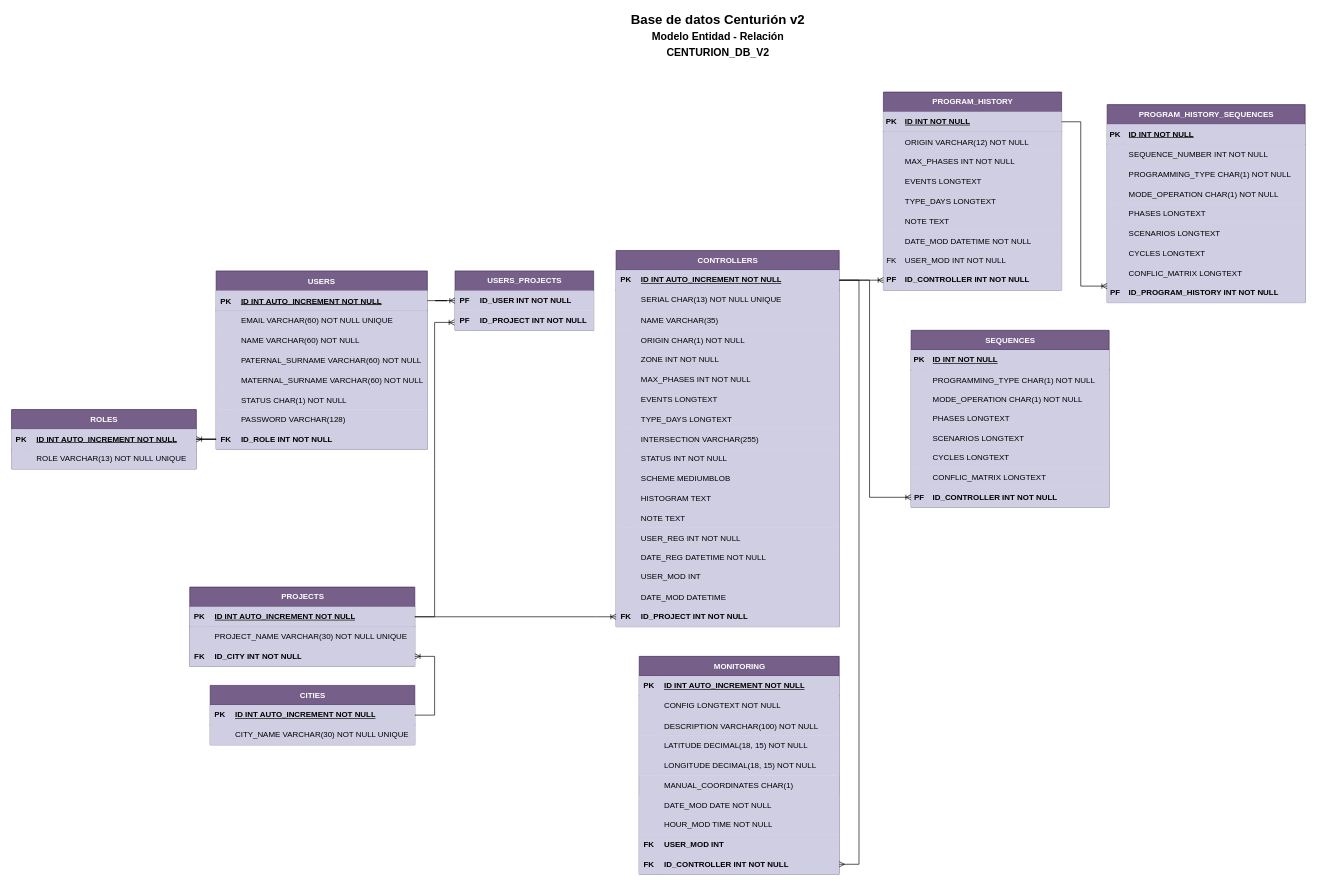
Earlier version of the draw.io diagram page "ERD-CEN-V2" (2 of 4) of BD-CENTURION.drawio (ChirinosM/Prueba). Source tidied: cells renumbered, new cells numbered last; positions are measured from the earlier drawing's top-left corner, leaving out a move shared by most shapes. Both pictures are drawn from the tidied source at 66%, with x=0, y=0 at pixel (11, 12).
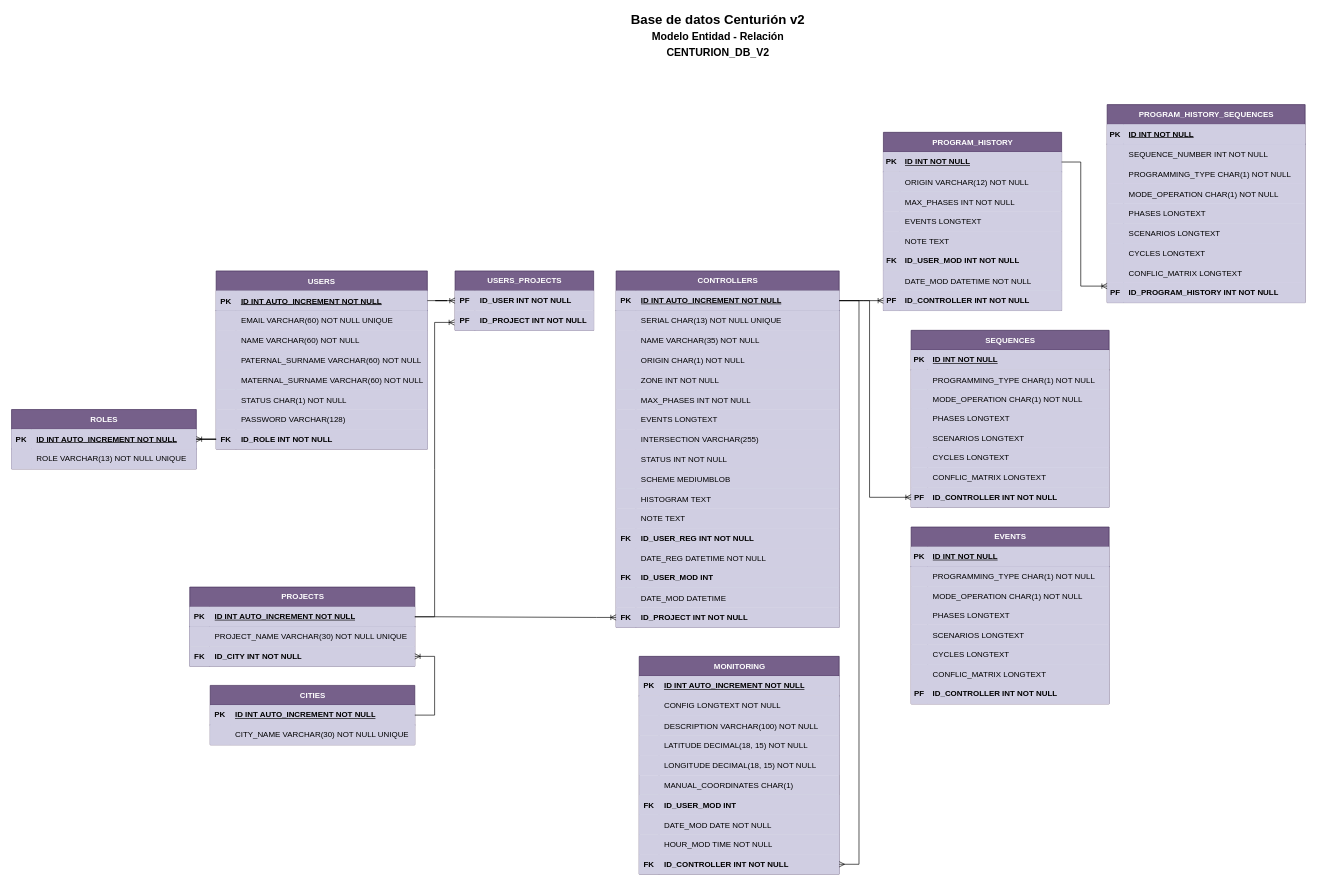
After the change.

Unchanged cells that the change refers to:
```xml
<mxCell id="20" style="shape=tableRow;horizontal=0;startSize=0;swimlaneHead=0;swimlaneBody=0;fillColor=#D0CEE2;points=[[0,0.5],[1,0.5]];portConstraint=eastwest;top=0;left=0;right=0;bottom=1;strokeColor=#56517e;rounded=0;" parent="19" vertex="1">
  <mxGeometry y="30" width="338" height="30" as="geometry" />
</mxCell>
<mxCell id="26" style="shape=tableRow;horizontal=0;startSize=0;swimlaneHead=0;swimlaneBody=0;fillColor=#D0CEE2;top=0;left=0;right=0;bottom=0;strokeColor=#56517e;" parent="19" vertex="1">
  <mxGeometry y="90" width="338" height="30" as="geometry" />
</mxCell>
<mxCell id="82" style="shape=tableRow;horizontal=0;startSize=0;swimlaneHead=0;swimlaneBody=0;fillColor=#d0cee2;points=[[0,0.5],[1,0.5]];portConstraint=eastwest;top=0;left=0;right=0;bottom=1;strokeColor=#56517e;rounded=0;" parent="81" vertex="1">
  <mxGeometry y="30" width="270" height="30" as="geometry" />
</mxCell>
<mxCell id="147" value="MONITORING" style="shape=table;startSize=30;childLayout=tableLayout;rowLines=0;fontStyle=1;align=center;html=1;fillColor=#76608a;strokeColor=#432D57;fontColor=#ffffff;rounded=0;" parent="1" vertex="1">
  <mxGeometry x="951" y="976" width="303" height="330" as="geometry" />
</mxCell>
<mxCell id="202" style="shape=tableRow;horizontal=0;startSize=0;swimlaneHead=0;swimlaneBody=0;fillColor=#d0cee2;points=[[0,0.5],[1,0.5]];portConstraint=eastwest;top=0;left=0;right=0;bottom=0;strokeColor=#56517e;rounded=0;" parent="180" vertex="1">
  <mxGeometry y="238" width="300" height="30" as="geometry" />
</mxCell>
<mxCell id="231" style="shape=tableRow;horizontal=0;startSize=0;swimlaneHead=0;swimlaneBody=0;fillColor=#d0cee2;points=[[0,0.5],[1,0.5]];portConstraint=eastwest;top=0;left=0;right=0;bottom=0;strokeColor=#56517e;rounded=0;" parent="206" vertex="1">
  <mxGeometry y="270" width="300" height="30" as="geometry" />
</mxCell>
```

Change to the diagram source:
```diff
@@
     <mxCell id="19" value="CONTROLLERS" style="shape=table;startSize=30;childLayout=tableLayout;rowLines=0;fontStyle=1;align=center;html=1;fillColor=#76608a;strokeColor=#432D57;fontColor=#ffffff;rounded=0;" parent="1" vertex="1">
-      <mxGeometry x="916" y="361" width="338" height="570" as="geometry" />
+      <mxGeometry x="916" y="392" width="338" height="540" as="geometry" />
     </mxCell>
@@
-    <mxCell id="28" value="NAME VARCHAR(35)" style="shape=partialRectangle;fillColor=#D0CEE2;top=0;left=0;bottom=0;right=0;align=left;spacingLeft=6;overflow=hidden;strokeColor=#56517e;" parent="26" vertex="1">
+    <mxCell id="28" value="NAME VARCHAR(35) NOT NULL" style="shape=partialRectangle;fillColor=#D0CEE2;top=0;left=0;bottom=0;right=0;align=left;spacingLeft=6;overflow=hidden;strokeColor=#56517e;" parent="26" vertex="1">
       <mxGeometry x="30" width="308" height="30" as="geometry" />
     </mxCell>
@@
-    <mxCell id="41" style="shape=tableRow;horizontal=0;startSize=0;swimlaneHead=0;swimlaneBody=0;fillColor=#D0CEE2;top=0;left=0;right=0;bottom=0;" parent="19" vertex="1">
-      <mxGeometry y="240" width="338" height="30" as="geometry" />
-    </mxCell>
-    <mxCell id="42" style="shape=partialRectangle;fillColor=#D0CEE2;top=0;left=0;bottom=0;right=0;overflow=hidden;" parent="41" vertex="1">
-      <mxGeometry width="30" height="30" as="geometry" />
-    </mxCell>
-    <mxCell id="43" value="TYPE_DAYS LONGTEXT" style="shape=partialRectangle;fillColor=#D0CEE2;top=0;left=0;bottom=0;right=0;align=left;spacingLeft=6;overflow=hidden;" parent="41" vertex="1">
-      <mxGeometry x="30" width="308" height="30" as="geometry" />
-    </mxCell>
     <mxCell id="44" style="shape=tableRow;horizontal=0;startSize=0;swimlaneHead=0;swimlaneBody=0;fillColor=#D0CEE2;top=0;left=0;right=0;bottom=0;strokeColor=#56517e;" parent="19" vertex="1">
-      <mxGeometry y="270" width="338" height="30" as="geometry" />
+      <mxGeometry y="240" width="338" height="30" as="geometry" />
     </mxCell>
@@
     <mxCell id="47" style="shape=tableRow;horizontal=0;startSize=0;swimlaneHead=0;swimlaneBody=0;fillColor=#D0CEE2;top=0;left=0;right=0;bottom=0;" parent="19" vertex="1">
-      <mxGeometry y="300" width="338" height="30" as="geometry" />
+      <mxGeometry y="270" width="338" height="30" as="geometry" />
     </mxCell>
@@
     <mxCell id="50" style="shape=tableRow;horizontal=0;startSize=0;swimlaneHead=0;swimlaneBody=0;fillColor=#D0CEE2;top=0;left=0;right=0;bottom=0;" parent="19" vertex="1">
-      <mxGeometry y="330" width="338" height="30" as="geometry" />
+      <mxGeometry y="300" width="338" height="30" as="geometry" />
     </mxCell>
@@
     <mxCell id="53" style="shape=tableRow;horizontal=0;startSize=0;swimlaneHead=0;swimlaneBody=0;fillColor=#D0CEE2;top=0;left=0;right=0;bottom=0;" parent="19" vertex="1">
-      <mxGeometry y="360" width="338" height="30" as="geometry" />
+      <mxGeometry y="330" width="338" height="30" as="geometry" />
     </mxCell>
@@
     <mxCell id="56" style="shape=tableRow;horizontal=0;startSize=0;swimlaneHead=0;swimlaneBody=0;fillColor=#D0CEE2;top=0;left=0;right=0;bottom=0;strokeColor=#56517e;" parent="19" vertex="1">
-      <mxGeometry y="390" width="338" height="30" as="geometry" />
+      <mxGeometry y="360" width="338" height="30" as="geometry" />
     </mxCell>
@@
     <mxCell id="59" style="shape=tableRow;horizontal=0;startSize=0;swimlaneHead=0;swimlaneBody=0;fillColor=#D0CEE2;top=0;left=0;right=0;bottom=0;strokeColor=#56517e;rounded=0;" parent="19" vertex="1">
-      <mxGeometry y="420" width="338" height="30" as="geometry" />
+      <mxGeometry y="390" width="338" height="30" as="geometry" />
     </mxCell>
-    <mxCell id="60" style="shape=partialRectangle;fillColor=#D0CEE2;top=0;left=0;bottom=0;right=0;overflow=hidden;strokeColor=#56517e;rounded=0;" parent="59" vertex="1">
+    <mxCell id="60" value="FK" style="shape=partialRectangle;fillColor=#D0CEE2;top=0;left=0;bottom=0;right=0;overflow=hidden;strokeColor=#56517e;rounded=0;fontStyle=1;" parent="59" vertex="1">
       <mxGeometry width="30" height="30" as="geometry" />
     </mxCell>
-    <mxCell id="61" value="USER_REG INT NOT NULL" style="shape=partialRectangle;fillColor=#D0CEE2;top=0;left=0;bottom=0;right=0;align=left;spacingLeft=6;overflow=hidden;strokeColor=#56517e;rounded=0;" parent="59" vertex="1">
+    <mxCell id="61" value="ID_USER_REG INT NOT NULL" style="shape=partialRectangle;fillColor=#D0CEE2;top=0;left=0;bottom=0;right=0;align=left;spacingLeft=6;overflow=hidden;strokeColor=#56517e;rounded=0;fontStyle=1;" parent="59" vertex="1">
       <mxGeometry x="30" width="308" height="30" as="geometry" />
     </mxCell>
     <mxCell id="62" style="shape=tableRow;horizontal=0;startSize=0;swimlaneHead=0;swimlaneBody=0;fillColor=#D0CEE2;top=0;left=0;right=0;bottom=0;strokeColor=#56517e;rounded=0;" parent="19" vertex="1">
-      <mxGeometry y="450" width="338" height="30" as="geometry" />
+      <mxGeometry y="420" width="338" height="30" as="geometry" />
     </mxCell>
@@
     <mxCell id="65" style="shape=tableRow;horizontal=0;startSize=0;swimlaneHead=0;swimlaneBody=0;fillColor=#D0CEE2;top=0;left=0;right=0;bottom=0;strokeColor=#56517e;rounded=0;" parent="19" vertex="1">
-      <mxGeometry y="480" width="338" height="30" as="geometry" />
+      <mxGeometry y="450" width="338" height="30" as="geometry" />
     </mxCell>
-    <mxCell id="66" style="shape=partialRectangle;fillColor=#D0CEE2;top=0;left=0;bottom=0;right=0;fontStyle=0;overflow=hidden;whiteSpace=wrap;html=1;strokeColor=#56517e;rounded=0;" parent="65" vertex="1">
+    <mxCell id="66" value="&lt;b&gt;FK&lt;/b&gt;" style="shape=partialRectangle;fillColor=#D0CEE2;top=0;left=0;bottom=0;right=0;fontStyle=0;overflow=hidden;whiteSpace=wrap;html=1;strokeColor=#56517e;rounded=0;" parent="65" vertex="1">
       <mxGeometry width="30" height="30" as="geometry" />
     </mxCell>
-    <mxCell id="67" value="USER_MOD INT&amp;nbsp;" style="shape=partialRectangle;fillColor=#D0CEE2;top=0;left=0;bottom=0;right=0;align=left;spacingLeft=6;fontStyle=0;overflow=hidden;whiteSpace=wrap;html=1;strokeColor=#56517e;rounded=0;" parent="65" vertex="1">
+    <mxCell id="67" value="&lt;b&gt;ID_USER_MOD INT&amp;nbsp;&lt;/b&gt;" style="shape=partialRectangle;fillColor=#D0CEE2;top=0;left=0;bottom=0;right=0;align=left;spacingLeft=6;fontStyle=0;overflow=hidden;whiteSpace=wrap;html=1;strokeColor=#56517e;rounded=0;" parent="65" vertex="1">
       <mxGeometry x="30" width="308" height="30" as="geometry" />
     </mxCell>
     <mxCell id="68" style="shape=tableRow;horizontal=0;startSize=0;swimlaneHead=0;swimlaneBody=0;fillColor=#D0CEE2;top=0;left=0;right=0;bottom=0;strokeColor=#56517e;rounded=0;" parent="19" vertex="1">
-      <mxGeometry y="510" width="338" height="30" as="geometry" />
+      <mxGeometry y="480" width="338" height="30" as="geometry" />
     </mxCell>
@@
     <mxCell id="71" style="shape=tableRow;horizontal=0;startSize=0;swimlaneHead=0;swimlaneBody=0;fillColor=#D0CEE2;points=[[0,0.5],[1,0.5]];portConstraint=eastwest;top=0;left=0;right=0;bottom=0;strokeColor=#56517e;rounded=0;" parent="19" vertex="1">
-      <mxGeometry y="540" width="338" height="30" as="geometry" />
+      <mxGeometry y="510" width="338" height="30" as="geometry" />
     </mxCell>
@@
     <mxCell id="81" value="PROGRAM_HISTORY" style="shape=table;startSize=30;childLayout=tableLayout;rowLines=0;fontStyle=1;align=center;html=1;fillColor=#76608a;strokeColor=#432D57;fontColor=#ffffff;rounded=0;" parent="1" vertex="1">
-      <mxGeometry x="1321" y="121" width="270" height="300" as="geometry" />
+      <mxGeometry x="1321" y="182" width="270" height="270" as="geometry" />
     </mxCell>
@@
-    <mxCell id="94" style="shape=tableRow;horizontal=0;startSize=0;swimlaneHead=0;swimlaneBody=0;fillColor=#D0CEE2;top=0;left=0;right=0;bottom=0;" parent="81" vertex="1">
-      <mxGeometry y="150" width="270" height="30" as="geometry" />
-    </mxCell>
-    <mxCell id="95" style="shape=partialRectangle;fillColor=#D0CEE2;top=0;left=0;bottom=0;right=0;overflow=hidden;" parent="94" vertex="1">
-      <mxGeometry width="25" height="30" as="geometry" />
-    </mxCell>
-    <mxCell id="96" value="TYPE_DAYS LONGTEXT" style="shape=partialRectangle;fillColor=#D0CEE2;top=0;left=0;bottom=0;right=0;align=left;spacingLeft=6;overflow=hidden;" parent="94" vertex="1">
-      <mxGeometry x="25" width="245" height="30" as="geometry" />
-    </mxCell>
     <mxCell id="97" style="shape=tableRow;horizontal=0;startSize=0;swimlaneHead=0;swimlaneBody=0;fillColor=#d0cee2;top=0;left=0;right=0;bottom=0;strokeColor=#56517e;" parent="81" vertex="1">
-      <mxGeometry y="180" width="270" height="30" as="geometry" />
+      <mxGeometry y="150" width="270" height="30" as="geometry" />
     </mxCell>
@@
+    <mxCell id="103" style="shape=tableRow;horizontal=0;startSize=0;swimlaneHead=0;swimlaneBody=0;fillColor=#d0cee2;top=0;left=0;right=0;bottom=0;strokeColor=#56517e;rounded=0;fontStyle=1;" parent="81" vertex="1">
+      <mxGeometry y="180" width="270" height="30" as="geometry" />
+    </mxCell>
+    <mxCell id="104" value="&lt;b&gt;FK&lt;/b&gt;" style="shape=partialRectangle;fillColor=#d0cee2;top=0;left=0;bottom=0;right=0;overflow=hidden;whiteSpace=wrap;html=1;strokeColor=#56517e;rounded=0;" parent="103" vertex="1">
+      <mxGeometry width="25" height="30" as="geometry" />
+    </mxCell>
+    <mxCell id="105" value="&lt;b&gt;ID_USER_MOD INT NOT NULL&lt;/b&gt;" style="shape=partialRectangle;fillColor=#d0cee2;top=0;left=0;bottom=0;right=0;align=left;spacingLeft=6;overflow=hidden;whiteSpace=wrap;html=1;strokeColor=#56517e;rounded=0;" parent="103" vertex="1">
+      <mxGeometry x="25" width="245" height="30" as="geometry" />
+    </mxCell>
@@
-    <mxCell id="103" style="shape=tableRow;horizontal=0;startSize=0;swimlaneHead=0;swimlaneBody=0;fillColor=#d0cee2;top=0;left=0;right=0;bottom=0;strokeColor=#56517e;rounded=0;" parent="81" vertex="1">
-      <mxGeometry y="240" width="270" height="30" as="geometry" />
-    </mxCell>
-    <mxCell id="104" value="FK" style="shape=partialRectangle;fillColor=#d0cee2;top=0;left=0;bottom=0;right=0;overflow=hidden;whiteSpace=wrap;html=1;strokeColor=#56517e;rounded=0;" parent="103" vertex="1">
-      <mxGeometry width="25" height="30" as="geometry" />
-    </mxCell>
-    <mxCell id="105" value="USER_MOD INT NOT NULL" style="shape=partialRectangle;fillColor=#d0cee2;top=0;left=0;bottom=0;right=0;align=left;spacingLeft=6;overflow=hidden;whiteSpace=wrap;html=1;strokeColor=#56517e;rounded=0;" parent="103" vertex="1">
-      <mxGeometry x="25" width="245" height="30" as="geometry" />
-    </mxCell>
     <mxCell id="106" style="shape=tableRow;horizontal=0;startSize=0;swimlaneHead=0;swimlaneBody=0;fillColor=#d0cee2;points=[[0,0.5],[1,0.5]];portConstraint=eastwest;top=0;left=0;right=0;bottom=0;strokeColor=#56517e;rounded=0;" parent="81" vertex="1">
-      <mxGeometry y="270" width="270" height="30" as="geometry" />
+      <mxGeometry y="240" width="270" height="30" as="geometry" />
     </mxCell>
@@
+    <mxCell id="172" style="shape=tableRow;horizontal=0;startSize=0;swimlaneHead=0;swimlaneBody=0;fillColor=#D0CEE2;top=0;left=0;right=0;bottom=0;" parent="147" vertex="1">
+      <mxGeometry y="210" width="303" height="30" as="geometry" />
+    </mxCell>
+    <mxCell id="173" value="FK" style="shape=partialRectangle;fillColor=#D0CEE2;top=0;left=0;bottom=0;right=0;overflow=hidden;fontStyle=1;" parent="172" vertex="1">
+      <mxGeometry width="30" height="30" as="geometry" />
+    </mxCell>
+    <mxCell id="174" value="ID_USER_MOD INT" style="shape=partialRectangle;fillColor=#D0CEE2;top=0;left=0;bottom=0;right=0;align=left;spacingLeft=6;overflow=hidden;fontStyle=1;" parent="172" vertex="1">
+      <mxGeometry x="30" width="273" height="30" as="geometry" />
+    </mxCell>
     <mxCell id="166" style="shape=tableRow;horizontal=0;startSize=0;swimlaneHead=0;swimlaneBody=0;fillColor=#d0cee2;top=0;left=0;right=0;bottom=0;strokeColor=#56517e;rounded=0;" parent="147" vertex="1">
-      <mxGeometry y="210" width="303" height="30" as="geometry" />
+      <mxGeometry y="240" width="303" height="30" as="geometry" />
     </mxCell>
@@
     <mxCell id="169" style="shape=tableRow;horizontal=0;startSize=0;swimlaneHead=0;swimlaneBody=0;fillColor=#d0cee2;top=0;left=0;right=0;bottom=0;strokeColor=#56517e;rounded=0;" parent="147" vertex="1">
-      <mxGeometry y="240" width="303" height="30" as="geometry" />
+      <mxGeometry y="270" width="303" height="30" as="geometry" />
     </mxCell>
@@
-    <mxCell id="172" style="shape=tableRow;horizontal=0;startSize=0;swimlaneHead=0;swimlaneBody=0;fillColor=#D0CEE2;top=0;left=0;right=0;bottom=0;" parent="147" vertex="1">
-      <mxGeometry y="270" width="303" height="30" as="geometry" />
-    </mxCell>
-    <mxCell id="173" value="FK" style="shape=partialRectangle;fillColor=#D0CEE2;top=0;left=0;bottom=0;right=0;overflow=hidden;fontStyle=1;" parent="172" vertex="1">
-      <mxGeometry width="30" height="30" as="geometry" />
-    </mxCell>
-    <mxCell id="174" value="USER_MOD INT" style="shape=partialRectangle;fillColor=#D0CEE2;top=0;left=0;bottom=0;right=0;align=left;spacingLeft=6;overflow=hidden;fontStyle=1;" parent="172" vertex="1">
-      <mxGeometry x="30" width="273" height="30" as="geometry" />
-    </mxCell>
@@
     <mxCell id="205" style="edgeStyle=orthogonalEdgeStyle;fontSize=12;html=1;endArrow=ERoneToMany;rounded=0;exitX=1;exitY=0.5;exitDx=0;exitDy=0;" parent="1" edge="1" source="20" target="202">
       <mxGeometry relative="1" as="geometry">
         <Array as="points">
-          <mxPoint x="1300" y="406" />
+          <mxPoint x="1300" y="437" />
           <mxPoint x="1300" y="735" />
         </Array>
       </mxGeometry>
     </mxCell>
@@
     <mxCell id="234" style="edgeStyle=orthogonalEdgeStyle;fontSize=12;html=1;endArrow=ERoneToMany;rounded=0;exitX=1;exitY=0.5;exitDx=0;exitDy=0;" parent="1" edge="1" source="82" target="231">
       <mxGeometry relative="1" as="geometry">
         <Array as="points">
-          <mxPoint x="1620" y="166" />
+          <mxPoint x="1620" y="227" />
           <mxPoint x="1620" y="415" />
         </Array>
       </mxGeometry>
     </mxCell>
+    <mxCell id="235" value="EVENTS" style="shape=table;startSize=30;childLayout=tableLayout;rowLines=0;fontStyle=1;align=center;html=1;fillColor=#76608a;strokeColor=#432D57;fontColor=#ffffff;rounded=0;" parent="1" vertex="1">
+      <mxGeometry x="1363" y="780" width="300" height="268" as="geometry" />
+    </mxCell>
+    <mxCell id="236" style="shape=tableRow;horizontal=0;startSize=0;swimlaneHead=0;swimlaneBody=0;fillColor=#d0cee2;top=0;left=0;right=0;bottom=1;strokeColor=#56517e;rounded=0;" parent="235" vertex="1">
+      <mxGeometry y="30" width="300" height="30" as="geometry" />
+    </mxCell>
+    <mxCell id="237" value="PK" style="shape=partialRectangle;fillColor=#d0cee2;top=0;left=0;bottom=0;right=0;fontStyle=1;overflow=hidden;whiteSpace=wrap;html=1;strokeColor=#56517e;rounded=0;" parent="236" vertex="1">
+      <mxGeometry width="25" height="30" as="geometry" />
+    </mxCell>
+    <mxCell id="238" value="ID INT NOT NULL" style="shape=partialRectangle;fillColor=#d0cee2;top=0;left=0;bottom=0;right=0;align=left;spacingLeft=6;fontStyle=5;overflow=hidden;whiteSpace=wrap;html=1;strokeColor=#56517e;rounded=0;" parent="236" vertex="1">
+      <mxGeometry x="25" width="275" height="30" as="geometry" />
+    </mxCell>
+    <mxCell id="239" style="shape=tableRow;horizontal=0;startSize=0;swimlaneHead=0;swimlaneBody=0;fillColor=#d0cee2;top=0;left=0;right=0;bottom=0;strokeColor=#56517e;" parent="235" vertex="1">
+      <mxGeometry y="60" width="300" height="30" as="geometry" />
+    </mxCell>
+    <mxCell id="240" style="shape=partialRectangle;fillColor=#d0cee2;top=0;left=0;bottom=0;right=0;overflow=hidden;strokeColor=#56517e;" parent="239" vertex="1">
+      <mxGeometry width="25" height="30" as="geometry" />
+    </mxCell>
+    <mxCell id="241" value="PROGRAMMING_TYPE CHAR(1) NOT NULL" style="shape=partialRectangle;fillColor=#d0cee2;top=0;left=0;bottom=0;right=0;align=left;spacingLeft=6;overflow=hidden;strokeColor=#56517e;" parent="239" vertex="1">
+      <mxGeometry x="25" width="275" height="30" as="geometry" />
+    </mxCell>
+    <mxCell id="242" style="shape=tableRow;horizontal=0;startSize=0;swimlaneHead=0;swimlaneBody=0;fillColor=#d0cee2;top=0;left=0;right=0;bottom=0;strokeColor=#56517e;rounded=0;" parent="235" vertex="1">
+      <mxGeometry y="90" width="300" height="28" as="geometry" />
+    </mxCell>
+    <mxCell id="243" style="shape=partialRectangle;fillColor=#d0cee2;top=0;left=0;bottom=0;right=0;overflow=hidden;strokeColor=#56517e;rounded=0;" parent="242" vertex="1">
+      <mxGeometry width="25" height="28" as="geometry" />
+    </mxCell>
+    <mxCell id="244" value="MODE_OPERATION CHAR(1) NOT NULL" style="shape=partialRectangle;fillColor=#d0cee2;top=0;left=0;bottom=0;right=0;align=left;spacingLeft=6;overflow=hidden;strokeColor=#56517e;rounded=0;" parent="242" vertex="1">
+      <mxGeometry x="25" width="275" height="28" as="geometry" />
+    </mxCell>
+    <mxCell id="245" style="shape=tableRow;horizontal=0;startSize=0;swimlaneHead=0;swimlaneBody=0;fillColor=#d0cee2;top=0;left=0;right=0;bottom=0;strokeColor=#56517e;" parent="235" vertex="1">
+      <mxGeometry y="118" width="300" height="30" as="geometry" />
+    </mxCell>
+    <mxCell id="246" style="shape=partialRectangle;fillColor=#d0cee2;top=0;left=0;bottom=0;right=0;overflow=hidden;strokeColor=#56517e;" parent="245" vertex="1">
+      <mxGeometry width="25" height="30" as="geometry" />
+    </mxCell>
+    <mxCell id="247" value="PHASES LONGTEXT" style="shape=partialRectangle;fillColor=#d0cee2;top=0;left=0;bottom=0;right=0;align=left;spacingLeft=6;overflow=hidden;strokeColor=#56517e;" parent="245" vertex="1">
+      <mxGeometry x="25" width="275" height="30" as="geometry" />
+    </mxCell>
+    <mxCell id="248" style="shape=tableRow;horizontal=0;startSize=0;swimlaneHead=0;swimlaneBody=0;fillColor=#d0cee2;top=0;left=0;right=0;bottom=0;strokeColor=#56517e;rounded=0;" parent="235" vertex="1">
+      <mxGeometry y="148" width="300" height="30" as="geometry" />
+    </mxCell>
+    <mxCell id="249" style="shape=partialRectangle;fillColor=#d0cee2;top=0;left=0;bottom=0;right=0;overflow=hidden;strokeColor=#56517e;rounded=0;" parent="248" vertex="1">
+      <mxGeometry width="25" height="30" as="geometry" />
+    </mxCell>
+    <mxCell id="250" value="SCENARIOS LONGTEXT" style="shape=partialRectangle;fillColor=#d0cee2;top=0;left=0;bottom=0;right=0;align=left;spacingLeft=6;overflow=hidden;strokeColor=#56517e;rounded=0;" parent="248" vertex="1">
+      <mxGeometry x="25" width="275" height="30" as="geometry" />
+    </mxCell>
+    <mxCell id="251" style="shape=tableRow;horizontal=0;startSize=0;swimlaneHead=0;swimlaneBody=0;fillColor=#d0cee2;top=0;left=0;right=0;bottom=0;strokeColor=#56517e;rounded=0;" parent="235" vertex="1">
+      <mxGeometry y="178" width="300" height="30" as="geometry" />
+    </mxCell>
+    <mxCell id="252" style="shape=partialRectangle;fillColor=#d0cee2;top=0;left=0;bottom=0;right=0;overflow=hidden;whiteSpace=wrap;html=1;strokeColor=#56517e;rounded=0;" parent="251" vertex="1">
+      <mxGeometry width="25" height="30" as="geometry" />
+    </mxCell>
+    <mxCell id="253" value="CYCLES LONGTEXT" style="shape=partialRectangle;fillColor=#d0cee2;top=0;left=0;bottom=0;right=0;align=left;spacingLeft=6;overflow=hidden;whiteSpace=wrap;html=1;strokeColor=#56517e;rounded=0;" parent="251" vertex="1">
+      <mxGeometry x="25" width="275" height="30" as="geometry" />
+    </mxCell>
+    <mxCell id="254" style="shape=tableRow;horizontal=0;startSize=0;swimlaneHead=0;swimlaneBody=0;fillColor=#D0CEE2;top=0;left=0;right=0;bottom=0;strokeColor=#9673a6;" parent="235" vertex="1">
+      <mxGeometry y="208" width="300" height="30" as="geometry" />
+    </mxCell>
+    <mxCell id="255" style="shape=partialRectangle;fillColor=#D0CEE2;top=0;left=0;bottom=0;right=0;overflow=hidden;strokeColor=#9673a6;" parent="254" vertex="1">
+      <mxGeometry width="25" height="30" as="geometry" />
+    </mxCell>
+    <mxCell id="256" value="CONFLIC_MATRIX LONGTEXT" style="shape=partialRectangle;fillColor=#D0CEE2;top=0;left=0;bottom=0;right=0;align=left;spacingLeft=6;overflow=hidden;strokeColor=#9673a6;" parent="254" vertex="1">
+      <mxGeometry x="25" width="275" height="30" as="geometry" />
+    </mxCell>
+    <mxCell id="257" style="shape=tableRow;horizontal=0;startSize=0;swimlaneHead=0;swimlaneBody=0;fillColor=#d0cee2;top=0;left=0;right=0;bottom=0;strokeColor=#56517e;rounded=0;" parent="235" vertex="1">
+      <mxGeometry y="238" width="300" height="30" as="geometry" />
+    </mxCell>
+    <mxCell id="258" value="&lt;b&gt;PF&lt;/b&gt;" style="shape=partialRectangle;fillColor=#d0cee2;top=0;left=0;bottom=0;right=0;fontStyle=0;overflow=hidden;whiteSpace=wrap;html=1;strokeColor=#56517e;rounded=0;" parent="257" vertex="1">
+      <mxGeometry width="25" height="30" as="geometry" />
+    </mxCell>
+    <mxCell id="259" value="&lt;b&gt;ID_CONTROLLER INT NOT NULL&lt;/b&gt;" style="shape=partialRectangle;fillColor=#d0cee2;top=0;left=0;bottom=0;right=0;align=left;spacingLeft=6;fontStyle=0;overflow=hidden;whiteSpace=wrap;html=1;strokeColor=#56517e;rounded=0;" parent="257" vertex="1">
+      <mxGeometry x="25" width="275" height="30" as="geometry" />
+    </mxCell>
```
